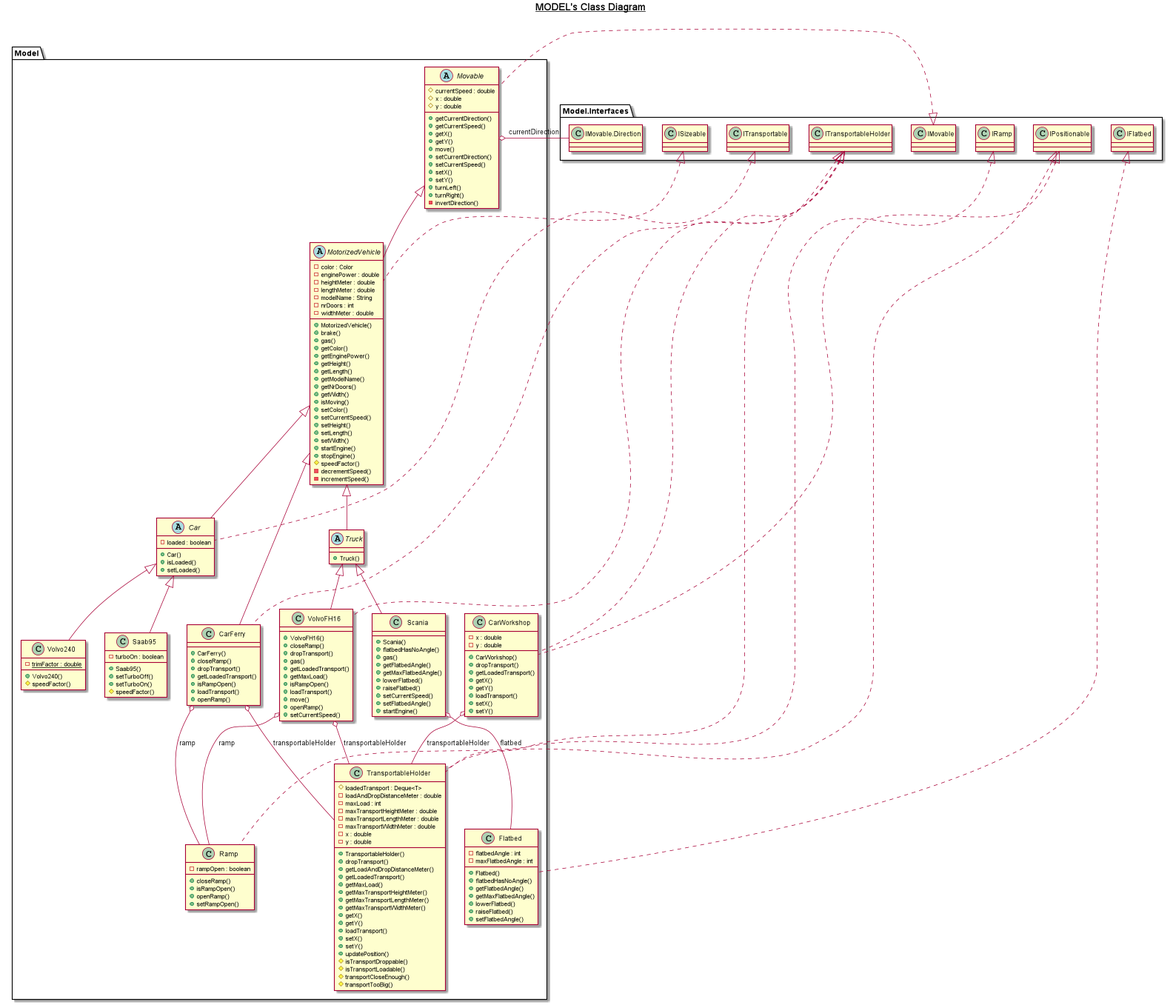
amalte/Lab2A keeps this PlantUML diagram as UML/PNG/Model Class Diagram.png. Above is the earlier version. The source it was exported from:
```plantuml
@startuml

title __MODEL's Class Diagram__\n

abstract class Model.Car {
    - loaded : boolean
    + Car()
    + isLoaded()
    + setLoaded()
}

class Model.CarFerry {
    + CarFerry()
    + closeRamp()
    + dropTransport()
    + getLoadedTransport()
    + isRampOpen()
    + loadTransport()
    + openRamp()
}

class Model.CarWorkshop {
    - x : double
    - y : double
    + CarWorkshop()
    + dropTransport()
    + getLoadedTransport()
    + getX()
    + getY()
    + loadTransport()
    + setX()
    + setY()
}

class Model.Flatbed {
    - flatbedAngle : int
    - maxFlatbedAngle : int
    + Flatbed()
    + flatbedHasNoAngle()
    + getFlatbedAngle()
    + getMaxFlatbedAngle()
    + lowerFlatbed()
    + raiseFlatbed()
    + setFlatbedAngle()
}

abstract class Model.MotorizedVehicle {
    - color : Color
    - enginePower : double
    - heightMeter : double
    - lengthMeter : double
    - modelName : String
    - nrDoors : int
    - widthMeter : double
    + MotorizedVehicle()
    + brake()
    + gas()
    + getColor()
    + getEnginePower()
    + getHeight()
    + getLength()
    + getModelName()
    + getNrDoors()
    + getWidth()
    + isMoving()
    + setColor()
    + setCurrentSpeed()
    + setHeight()
    + setLength()
    + setWidth()
    + startEngine()
    + stopEngine()
    # speedFactor()
    - decrementSpeed()
    - incrementSpeed()
}

abstract class Model.Movable {
    # currentSpeed : double
    # x : double
    # y : double
    + getCurrentDirection()
    + getCurrentSpeed()
    + getX()
    + getY()
    + move()
    + setCurrentDirection()
    + setCurrentSpeed()
    + setX()
    + setY()
    + turnLeft()
    + turnRight()
    - invertDirection()
}

class Model.Ramp {
    - rampOpen : boolean
    + closeRamp()
    + isRampOpen()
    + openRamp()
    + setRampOpen()
}

class Model.Saab95 {
    - turboOn : boolean
    + Saab95()
    + setTurboOff()
    + setTurboOn()
    # speedFactor()
}

class Model.Scania {
    + Scania()
    + flatbedHasNoAngle()
    + gas()
    + getFlatbedAngle()
    + getMaxFlatbedAngle()
    + lowerFlatbed()
    + raiseFlatbed()
    + setCurrentSpeed()
    + setFlatbedAngle()
    + startEngine()
}

class Model.TransportableHolder {
    # loadedTransport : Deque<T>
    - loadAndDropDistanceMeter : double
    - maxLoad : int
    - maxTransportHeightMeter : double
    - maxTransportLengthMeter : double
    - maxTransportWidthMeter : double
    - x : double
    - y : double
    + TransportableHolder()
    + dropTransport()
    + getLoadAndDropDistanceMeter()
    + getLoadedTransport()
    + getMaxLoad()
    + getMaxTransportHeightMeter()
    + getMaxTransportLengthMeter()
    + getMaxTransportWidthMeter()
    + getX()
    + getY()
    + loadTransport()
    + setX()
    + setY()
    + updatePosition()
    # isTransportDroppable()
    # isTransportLoadable()
    # transportCloseEnough()
    # transportTooBig()
}

abstract class Model.Truck {
    + Truck()
}

class Model.Volvo240 {
    {static} - trimFactor : double
    + Volvo240()
    # speedFactor()
}

class Model.VolvoFH16 {
    + VolvoFH16()
    + closeRamp()
    + dropTransport()
    + gas()
    + getLoadedTransport()
    + getMaxLoad()
    + isRampOpen()
    + loadTransport()
    + move()
    + openRamp()
    + setCurrentSpeed()
}



  Model.Car .up.|> Model.Interfaces.ITransportable
  Model.Car -up-|> Model.MotorizedVehicle
  Model.CarFerry .up.|> Model.Interfaces.ITransportableHolder
  Model.CarFerry -up-|> Model.MotorizedVehicle
  Model.CarFerry o-- Model.Ramp : ramp
  Model.CarFerry o-- Model.TransportableHolder : transportableHolder
  Model.CarWorkshop .up.|> Model.Interfaces.IPositionable
  Model.CarWorkshop .up.|> Model.Interfaces.ITransportableHolder
  Model.CarWorkshop o-- Model.TransportableHolder : transportableHolder
  Model.Flatbed .up.|> Model.Interfaces.IFlatbed
  Model.MotorizedVehicle .up.|> Model.Interfaces.ISizeable
  Model.MotorizedVehicle -up-|> Model.Movable
  Model.Movable .up.|> Model.Interfaces.IMovable
  Model.Movable o-- Model.Interfaces.IMovable.Direction : currentDirection
  Model.Ramp .up.|> Model.Interfaces.IRamp
  Model.Saab95 -up-|> Model.Car
  Model.Scania -up-|> Model.Truck
  Model.Scania o-- Model.Flatbed : flatbed
  Model.TransportableHolder .up.|> Model.Interfaces.IPositionable
  Model.TransportableHolder .up.|> Model.Interfaces.ITransportableHolder
  Model.Truck -up-|> Model.MotorizedVehicle
  Model.Volvo240 -up-|> Model.Car
  Model.VolvoFH16 .up.|> Model.Interfaces.ITransportableHolder
  Model.VolvoFH16 -up-|> Model.Truck
  Model.VolvoFH16 o-- Model.Ramp : ramp
  Model.VolvoFH16 o-- Model.TransportableHolder : transportableHolder

@enduml
```
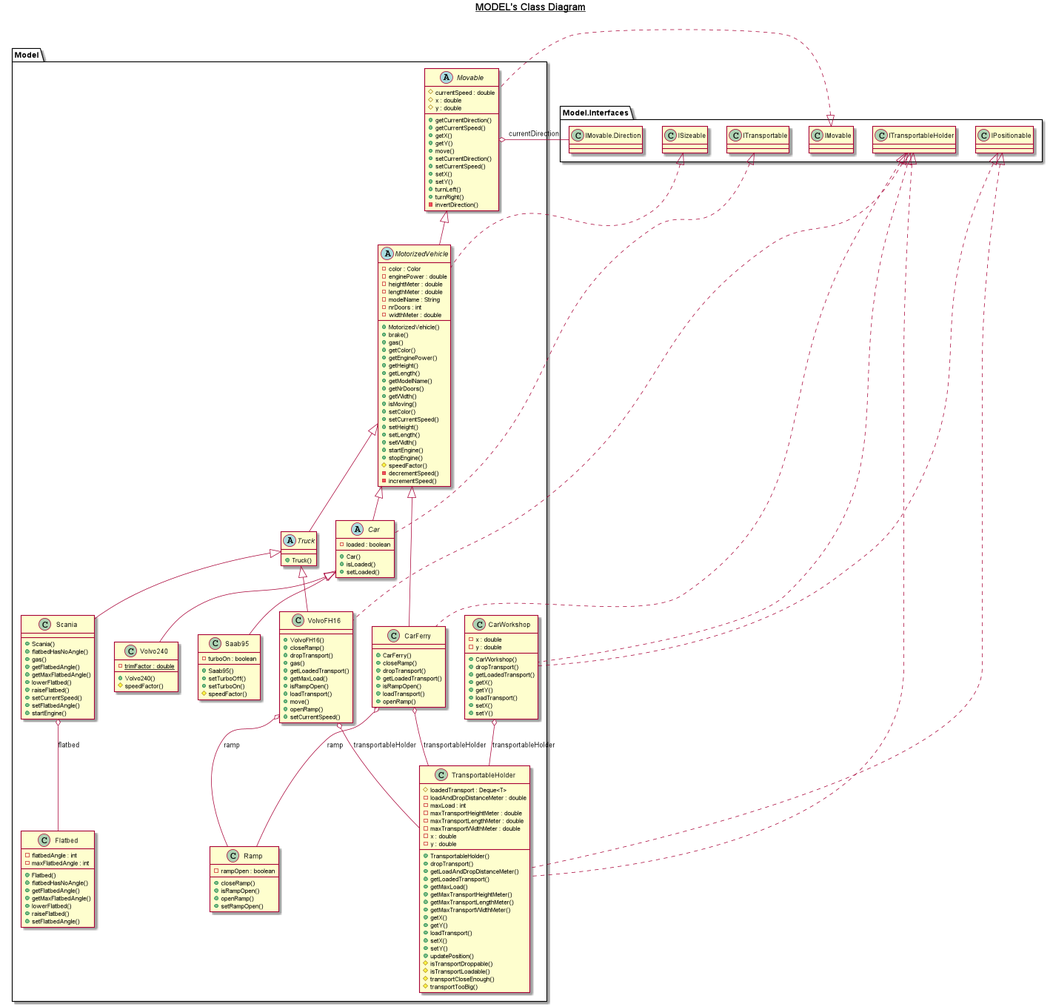
The same file after the commit.

Change to the diagram source:
```diff
@@ -186,12 +186,10 @@
   Model.CarWorkshop .up.|> Model.Interfaces.IPositionable
   Model.CarWorkshop .up.|> Model.Interfaces.ITransportableHolder
   Model.CarWorkshop o-- Model.TransportableHolder : transportableHolder
-  Model.Flatbed .up.|> Model.Interfaces.IFlatbed
   Model.MotorizedVehicle .up.|> Model.Interfaces.ISizeable
   Model.MotorizedVehicle -up-|> Model.Movable
   Model.Movable .up.|> Model.Interfaces.IMovable
   Model.Movable o-- Model.Interfaces.IMovable.Direction : currentDirection
-  Model.Ramp .up.|> Model.Interfaces.IRamp
   Model.Saab95 -up-|> Model.Car
   Model.Scania -up-|> Model.Truck
   Model.Scania o-- Model.Flatbed : flatbed
```
